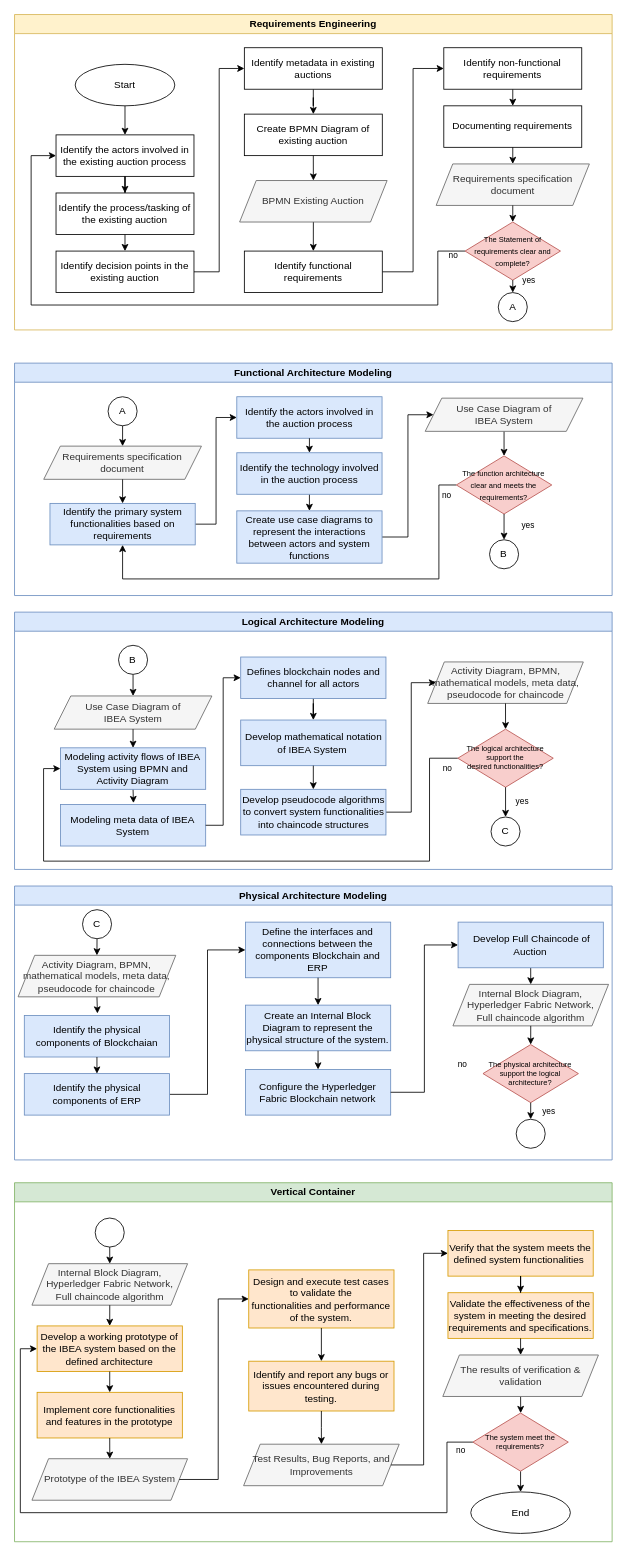
This is Method Final Theis.drawio from ariesharry/Diagrams, a draw.io file, before an edit. Source tidied: cells renumbered, new cells numbered last; positions are measured from the earlier drawing's top-left corner, leaving out a move shared by most shapes. Both pictures are drawn from the tidied source at 83%, with x=0, y=0 at pixel (14, 14).
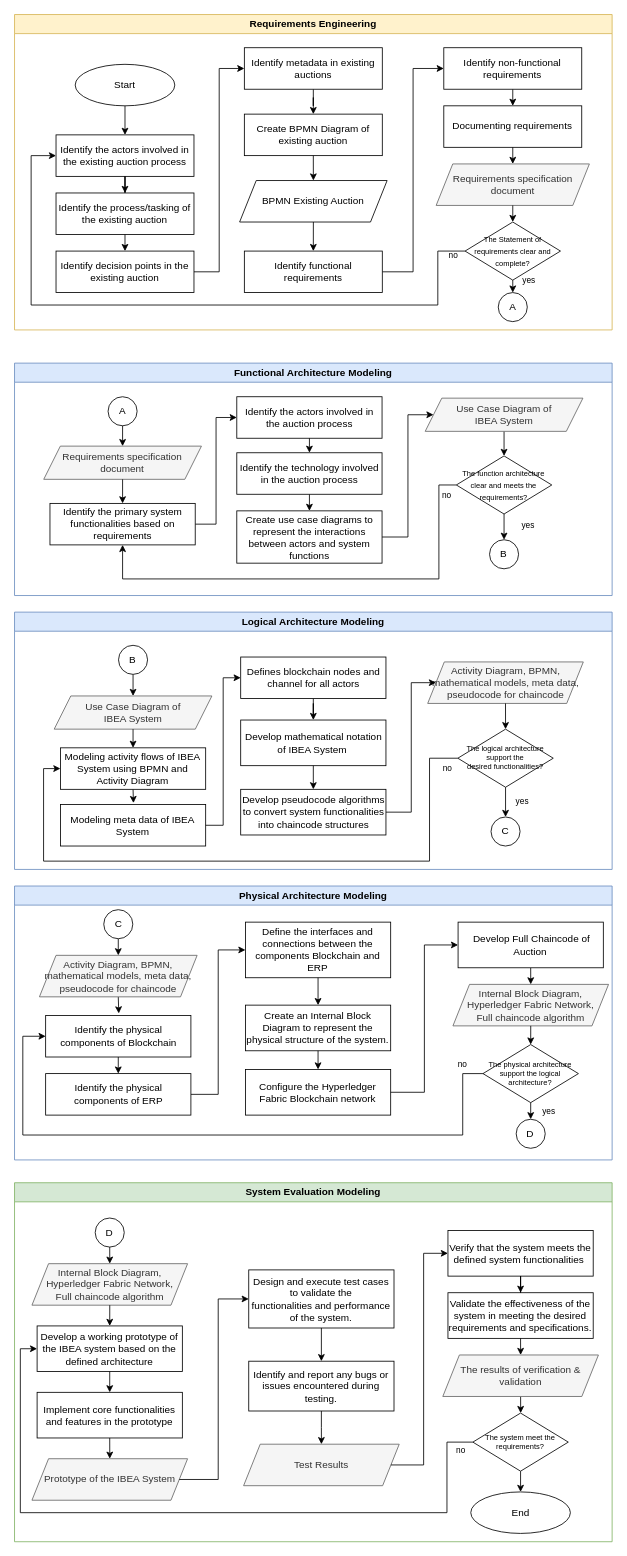
After the change.

Unchanged cells that the change refers to:
```xml
<mxCell id="2" value="Functional Architecture Modeling" style="swimlane;whiteSpace=wrap;html=1;fillColor=#dae8fc;strokeColor=#6c8ebf;" parent="1" vertex="1">
  <mxGeometry y="420" width="720" height="280" as="geometry" />
</mxCell>
<mxCell id="23" value="Requirements Engineering" style="swimlane;whiteSpace=wrap;html=1;fillColor=#fff2cc;strokeColor=#d6b656;" parent="1" vertex="1">
  <mxGeometry width="720" height="380" as="geometry" />
</mxCell>
<mxCell id="52" value="Logical Architecture Modeling" style="swimlane;whiteSpace=wrap;html=1;fillColor=#dae8fc;strokeColor=#6c8ebf;" parent="1" vertex="1">
  <mxGeometry y="720" width="720" height="310" as="geometry" />
</mxCell>
<mxCell id="75" value="Physical Architecture Modeling" style="swimlane;whiteSpace=wrap;html=1;fillColor=#dae8fc;strokeColor=#6c8ebf;" parent="1" vertex="1">
  <mxGeometry y="1050" width="720" height="330" as="geometry" />
</mxCell>
```

Diff of the diagram source:
```diff
@@
-    <mxCell id="4" value="Create use case diagrams to represent the interactions between actors and system functions" style="rounded=0;whiteSpace=wrap;html=1;fillColor=#dae8fc;strokeColor=#6c8ebf;" parent="2" vertex="1">
+    <mxCell id="4" value="Create use case diagrams to represent the interactions between actors and system functions" style="rounded=0;whiteSpace=wrap;html=1;" parent="2" vertex="1">
       <mxGeometry x="267.8" y="178" width="175" height="63" as="geometry" />
     </mxCell>
@@
-    <mxCell id="9" value="Identify the primary system functionalities based on requirements" style="rounded=0;whiteSpace=wrap;html=1;fillColor=#dae8fc;strokeColor=#6c8ebf;" parent="2" vertex="1">
+    <mxCell id="9" value="Identify the primary system functionalities based on requirements" style="rounded=0;whiteSpace=wrap;html=1;" parent="2" vertex="1">
       <mxGeometry x="42.7" y="169" width="175" height="50" as="geometry" />
     </mxCell>
@@
-    <mxCell id="12" value="&lt;font style=&quot;font-size: 9px;&quot;&gt;The function architecture&lt;br&gt;clear and meets the requirements?&lt;/font&gt;" style="rhombus;whiteSpace=wrap;html=1;fillColor=#f8cecc;strokeColor=#b85450;" parent="2" vertex="1">
+    <mxCell id="12" value="&lt;font style=&quot;font-size: 9px;&quot;&gt;The function architecture&lt;br&gt;clear and meets the requirements?&lt;/font&gt;" style="rhombus;whiteSpace=wrap;html=1;" parent="2" vertex="1">
       <mxGeometry x="532.3" y="111.8" width="115" height="70" as="geometry" />
     </mxCell>
@@
-    <mxCell id="15" value="&lt;font style=&quot;font-size: 10px;&quot;&gt;yes&lt;/font&gt;" style="text;html=1;strokeColor=none;fillColor=none;align=center;verticalAlign=middle;whiteSpace=wrap;rounded=0;" parent="2" vertex="1">
+    <mxCell id="15" value="&lt;font style=&quot;font-size: 10px;&quot;&gt;yes&lt;/font&gt;" style="text;html=1;align=center;verticalAlign=middle;whiteSpace=wrap;rounded=0;" parent="2" vertex="1">
       <mxGeometry x="607.3" y="185" width="23.5" height="20" as="geometry" />
     </mxCell>
-    <mxCell id="16" value="&lt;font style=&quot;font-size: 10px;&quot;&gt;no&lt;/font&gt;" style="text;html=1;strokeColor=none;fillColor=none;align=center;verticalAlign=middle;whiteSpace=wrap;rounded=0;" parent="2" vertex="1">
+    <mxCell id="16" value="&lt;font style=&quot;font-size: 10px;&quot;&gt;no&lt;/font&gt;" style="text;html=1;align=center;verticalAlign=middle;whiteSpace=wrap;rounded=0;" parent="2" vertex="1">
       <mxGeometry x="508.8" y="149" width="23.5" height="20" as="geometry" />
     </mxCell>
-    <mxCell id="17" value="Identify the actors involved in the auction process" style="rounded=0;whiteSpace=wrap;html=1;fillColor=#dae8fc;strokeColor=#6c8ebf;" parent="2" vertex="1">
+    <mxCell id="17" value="Identify the actors involved in the auction process" style="rounded=0;whiteSpace=wrap;html=1;" parent="2" vertex="1">
       <mxGeometry x="267.8" y="40.5" width="175" height="50" as="geometry" />
     </mxCell>
@@
-    <mxCell id="19" value="Identify the technology involved in the auction process" style="rounded=0;whiteSpace=wrap;html=1;fillColor=#dae8fc;strokeColor=#6c8ebf;" parent="2" vertex="1">
+    <mxCell id="19" value="Identify the technology involved in the auction process" style="rounded=0;whiteSpace=wrap;html=1;" parent="2" vertex="1">
       <mxGeometry x="267.8" y="108" width="175" height="50" as="geometry" />
     </mxCell>
@@
-    <mxCell id="28" value="&lt;div&gt;BPMN Existing Auction&lt;/div&gt;" style="shape=parallelogram;perimeter=parallelogramPerimeter;whiteSpace=wrap;html=1;fixedSize=1;fillColor=#f5f5f5;strokeColor=#666666;fontColor=#333333;" parent="23" vertex="1">
+    <mxCell id="28" value="&lt;div&gt;BPMN Existing Auction&lt;/div&gt;" style="shape=parallelogram;perimeter=parallelogramPerimeter;whiteSpace=wrap;html=1;fixedSize=1;" parent="23" vertex="1">
       <mxGeometry x="271.2" y="200" width="177.7" height="50" as="geometry" />
     </mxCell>
@@
-    <mxCell id="36" value="&lt;font style=&quot;font-size: 9px;&quot;&gt;The Statement of requirements clear and complete?&lt;/font&gt;" style="rhombus;whiteSpace=wrap;html=1;fillColor=#f8cecc;strokeColor=#b85450;" parent="23" vertex="1">
+    <mxCell id="36" value="&lt;font style=&quot;font-size: 9px;&quot;&gt;The Statement of requirements clear and complete?&lt;/font&gt;" style="rhombus;whiteSpace=wrap;html=1;" parent="23" vertex="1">
       <mxGeometry x="542.8" y="250" width="115" height="70" as="geometry" />
     </mxCell>
@@
-    <mxCell id="38" value="Requirements specification document" style="shape=parallelogram;perimeter=parallelogramPerimeter;whiteSpace=wrap;html=1;fixedSize=1;fillColor=#f5f5f5;strokeColor=#666666;fontColor=#333333;" parent="23" vertex="1">
+    <mxCell id="38" value="Requirements specification document" style="shape=parallelogram;perimeter=parallelogramPerimeter;whiteSpace=wrap;html=1;fixedSize=1;fillColor=#f5f5f5;fontColor=#333333;strokeColor=#666666;" parent="23" vertex="1">
       <mxGeometry x="508" y="180" width="184.6" height="50" as="geometry" />
     </mxCell>
@@
-    <mxCell id="41" value="&lt;font style=&quot;font-size: 10px;&quot;&gt;no&lt;/font&gt;" style="text;html=1;strokeColor=none;fillColor=none;align=center;verticalAlign=middle;whiteSpace=wrap;rounded=0;" parent="23" vertex="1">
+    <mxCell id="41" value="&lt;font style=&quot;font-size: 10px;&quot;&gt;no&lt;/font&gt;" style="text;html=1;align=center;verticalAlign=middle;whiteSpace=wrap;rounded=0;" parent="23" vertex="1">
       <mxGeometry x="517.2" y="280" width="23.5" height="20" as="geometry" />
     </mxCell>
-    <mxCell id="42" value="&lt;font style=&quot;font-size: 10px;&quot;&gt;yes&lt;/font&gt;" style="text;html=1;strokeColor=none;fillColor=none;align=center;verticalAlign=middle;whiteSpace=wrap;rounded=0;" parent="23" vertex="1">
+    <mxCell id="42" value="&lt;font style=&quot;font-size: 10px;&quot;&gt;yes&lt;/font&gt;" style="text;html=1;align=center;verticalAlign=middle;whiteSpace=wrap;rounded=0;" parent="23" vertex="1">
       <mxGeometry x="608" y="310" width="23.5" height="20" as="geometry" />
     </mxCell>
@@
-    <mxCell id="56" value="Modeling activity flows of IBEA System using BPMN and Activity Diagram" style="rounded=0;whiteSpace=wrap;html=1;fillColor=#dae8fc;strokeColor=#6c8ebf;" parent="52" vertex="1">
+    <mxCell id="56" value="Modeling activity flows of IBEA System using BPMN and Activity Diagram" style="rounded=0;whiteSpace=wrap;html=1;" parent="52" vertex="1">
       <mxGeometry x="55.3" y="163.5" width="175" height="50" as="geometry" />
     </mxCell>
@@
-    <mxCell id="58" value="Develop mathematical notation of IBEA System&amp;nbsp;" style="rounded=0;whiteSpace=wrap;html=1;fillColor=#dae8fc;strokeColor=#6c8ebf;" parent="52" vertex="1">
+    <mxCell id="58" value="Develop mathematical notation of IBEA System&amp;nbsp;" style="rounded=0;whiteSpace=wrap;html=1;" parent="52" vertex="1">
       <mxGeometry x="272.5" y="130" width="175" height="55" as="geometry" />
     </mxCell>
@@
-    <mxCell id="60" value="Develop pseudocode algorithms to convert system&amp;nbsp;functionalities into chaincode structures" style="rounded=0;whiteSpace=wrap;html=1;fillColor=#dae8fc;strokeColor=#6c8ebf;" parent="52" vertex="1">
+    <mxCell id="60" value="Develop pseudocode algorithms to convert system&amp;nbsp;functionalities into chaincode structures" style="rounded=0;whiteSpace=wrap;html=1;" parent="52" vertex="1">
       <mxGeometry x="272.5" y="213.5" width="175" height="55" as="geometry" />
     </mxCell>
@@
-    <mxCell id="63" value="The logical architecture support the desired&amp;nbsp;functionalities?" style="rhombus;whiteSpace=wrap;html=1;fillColor=#f8cecc;strokeColor=#b85450;fontSize=9;" parent="52" vertex="1">
+    <mxCell id="63" value="The logical architecture support the desired&amp;nbsp;functionalities?" style="rhombus;whiteSpace=wrap;html=1;fontSize=9;" parent="52" vertex="1">
       <mxGeometry x="534.1" y="141" width="115" height="70" as="geometry" />
     </mxCell>
@@
-    <mxCell id="65" value="&lt;font style=&quot;font-size: 10px;&quot;&gt;yes&lt;/font&gt;" style="text;html=1;strokeColor=none;fillColor=none;align=center;verticalAlign=middle;whiteSpace=wrap;rounded=0;" parent="52" vertex="1">
+    <mxCell id="65" value="&lt;font style=&quot;font-size: 10px;&quot;&gt;yes&lt;/font&gt;" style="text;html=1;align=center;verticalAlign=middle;whiteSpace=wrap;rounded=0;" parent="52" vertex="1">
       <mxGeometry x="600" y="218.4" width="23.5" height="20" as="geometry" />
     </mxCell>
-    <mxCell id="66" value="&lt;font style=&quot;font-size: 10px;&quot;&gt;no&lt;/font&gt;" style="text;html=1;strokeColor=none;fillColor=none;align=center;verticalAlign=middle;whiteSpace=wrap;rounded=0;" parent="52" vertex="1">
+    <mxCell id="66" value="&lt;font style=&quot;font-size: 10px;&quot;&gt;no&lt;/font&gt;" style="text;html=1;align=center;verticalAlign=middle;whiteSpace=wrap;rounded=0;" parent="52" vertex="1">
       <mxGeometry x="510" y="177.6" width="23.5" height="20" as="geometry" />
     </mxCell>
-    <mxCell id="67" value="Modeling meta data of IBEA System" style="rounded=0;whiteSpace=wrap;html=1;fillColor=#dae8fc;strokeColor=#6c8ebf;" parent="52" vertex="1">
+    <mxCell id="67" value="Modeling meta data of IBEA System" style="rounded=0;whiteSpace=wrap;html=1;" parent="52" vertex="1">
       <mxGeometry x="55.3" y="231.8" width="175" height="50" as="geometry" />
     </mxCell>
@@
-    <mxCell id="69" value="Defines blockchain nodes and channel for all actors" style="rounded=0;whiteSpace=wrap;html=1;fillColor=#dae8fc;strokeColor=#6c8ebf;" parent="52" vertex="1">
+    <mxCell id="69" value="Defines blockchain nodes and channel for all actors" style="rounded=0;whiteSpace=wrap;html=1;" parent="52" vertex="1">
       <mxGeometry x="272.5" y="54.1" width="175" height="50" as="geometry" />
     </mxCell>
@@
     <mxCell id="77" style="edgeStyle=orthogonalEdgeStyle;rounded=0;jettySize=auto;html=1;exitX=0.5;exitY=1;exitDx=0;exitDy=0;" parent="75" edge="1" source="78">
       <mxGeometry relative="1" as="geometry">
-        <mxPoint x="99.9" y="153.5" as="targetPoint" />
+        <mxPoint x="125.6" y="153.5" as="targetPoint" />
       </mxGeometry>
     </mxCell>
     <mxCell id="78" value="Activity Diagram, BPMN, mathematical models, meta data,&lt;br style=&quot;border-color: var(--border-color);&quot;&gt;pseudocode for chaincode" style="shape=parallelogram;perimeter=parallelogramPerimeter;whiteSpace=wrap;html=1;fixedSize=1;fillColor=#f5f5f5;fontColor=#333333;strokeColor=#666666;" parent="75" vertex="1">
-      <mxGeometry x="4.3" y="83.5" width="190" height="50" as="geometry" />
+      <mxGeometry x="30" y="83.5" width="190" height="50" as="geometry" />
     </mxCell>
-    <mxCell id="79" value="Identify the physical components of Blockchaian" style="rounded=0;whiteSpace=wrap;html=1;fillColor=#dae8fc;strokeColor=#6c8ebf;" parent="75" vertex="1">
-      <mxGeometry x="11.8" y="156" width="175" height="50" as="geometry" />
+    <mxCell id="79" value="Identify the physical components of Blockchain" style="rounded=0;whiteSpace=wrap;html=1;" parent="75" vertex="1">
+      <mxGeometry x="37.5" y="156" width="175" height="50" as="geometry" />
     </mxCell>
-    <mxCell id="80" value="Define the interfaces and connections between the components Blockchain and ERP" style="rounded=0;whiteSpace=wrap;html=1;fillColor=#dae8fc;strokeColor=#6c8ebf;" parent="75" vertex="1">
+    <mxCell id="80" value="Define the interfaces and connections between the components Blockchain and ERP" style="rounded=0;whiteSpace=wrap;html=1;" parent="75" vertex="1">
       <mxGeometry x="278.2" y="43.5" width="175" height="67" as="geometry" />
     </mxCell>
-    <mxCell id="81" value="Create an Internal Block Diagram to represent the physical structure of the system." style="rounded=0;whiteSpace=wrap;html=1;fillColor=#dae8fc;strokeColor=#6c8ebf;" parent="75" vertex="1">
+    <mxCell id="81" value="Create an Internal Block Diagram to represent the physical structure of the system." style="rounded=0;whiteSpace=wrap;html=1;" parent="75" vertex="1">
       <mxGeometry x="278.2" y="143.5" width="175" height="55" as="geometry" />
     </mxCell>
@@
+    <mxCell id="130" style="edgeStyle=orthogonalEdgeStyle;rounded=0;jettySize=auto;html=1;exitX=0;exitY=0.5;exitDx=0;exitDy=0;entryX=0;entryY=0.5;entryDx=0;entryDy=0;" parent="75" edge="1" source="83" target="79">
+      <mxGeometry relative="1" as="geometry">
+        <Array as="points">
+          <mxPoint x="540" y="226" />
+          <mxPoint x="540" y="300" />
+          <mxPoint x="10" y="300" />
+          <mxPoint x="10" y="181" />
+        </Array>
+      </mxGeometry>
+    </mxCell>
-    <mxCell id="83" value="The physical architecture support the logical architecture?" style="rhombus;whiteSpace=wrap;html=1;fillColor=#f8cecc;strokeColor=#b85450;fontSize=9;" parent="75" vertex="1">
+    <mxCell id="83" value="The physical architecture support the logical architecture?" style="rhombus;whiteSpace=wrap;html=1;fontSize=9;" parent="75" vertex="1">
       <mxGeometry x="564.4" y="191" width="115" height="70" as="geometry" />
     </mxCell>
@@
-    <mxCell id="85" value="Configure the Hyperledger Fabric Blockchain network" style="rounded=0;whiteSpace=wrap;html=1;fillColor=#dae8fc;strokeColor=#6c8ebf;" parent="75" vertex="1">
+    <mxCell id="85" value="Configure the Hyperledger Fabric Blockchain network" style="rounded=0;whiteSpace=wrap;html=1;" parent="75" vertex="1">
       <mxGeometry x="278.2" y="221" width="175" height="55" as="geometry" />
     </mxCell>
@@
-    <mxCell id="87" style="ellipse;whiteSpace=wrap;html=1;" parent="75" vertex="1">
+    <mxCell id="87" value="D" style="ellipse;whiteSpace=wrap;html=1;" parent="75" vertex="1">
       <mxGeometry x="604.4" y="281" width="35" height="35" as="geometry" />
     </mxCell>
@@
-    <mxCell id="89" value="&lt;font style=&quot;font-size: 10px;&quot;&gt;yes&lt;/font&gt;" style="text;html=1;strokeColor=none;fillColor=none;align=center;verticalAlign=middle;whiteSpace=wrap;rounded=0;" parent="75" vertex="1">
+    <mxCell id="89" value="&lt;font style=&quot;font-size: 10px;&quot;&gt;yes&lt;/font&gt;" style="text;html=1;align=center;verticalAlign=middle;whiteSpace=wrap;rounded=0;" parent="75" vertex="1">
       <mxGeometry x="631.8" y="261" width="23.5" height="20" as="geometry" />
     </mxCell>
-    <mxCell id="90" value="&lt;font style=&quot;font-size: 10px;&quot;&gt;no&lt;/font&gt;" style="text;html=1;strokeColor=none;fillColor=none;align=center;verticalAlign=middle;whiteSpace=wrap;rounded=0;" parent="75" vertex="1">
+    <mxCell id="90" value="&lt;font style=&quot;font-size: 10px;&quot;&gt;no&lt;/font&gt;" style="text;html=1;align=center;verticalAlign=middle;whiteSpace=wrap;rounded=0;" parent="75" vertex="1">
       <mxGeometry x="528.2" y="204" width="23.5" height="20" as="geometry" />
     </mxCell>
@@
     <mxCell id="92" value="C" style="ellipse;whiteSpace=wrap;html=1;" parent="75" vertex="1">
-      <mxGeometry x="81.9" y="28.5" width="35" height="35" as="geometry" />
+      <mxGeometry x="107.5" y="28.5" width="35" height="35" as="geometry" />
     </mxCell>
@@
-    <mxCell id="94" value="Identify the physical components of ERP" style="rounded=0;whiteSpace=wrap;html=1;fillColor=#dae8fc;strokeColor=#6c8ebf;" parent="75" vertex="1">
-      <mxGeometry x="11.8" y="226" width="175" height="50" as="geometry" />
+    <mxCell id="94" value="Identify the physical components of ERP" style="rounded=0;whiteSpace=wrap;html=1;" parent="75" vertex="1">
+      <mxGeometry x="37.5" y="226" width="175" height="50" as="geometry" />
     </mxCell>
@@
-    <mxCell id="97" value="&amp;nbsp;Develop Full Chaincode of Auction" style="rounded=0;whiteSpace=wrap;html=1;fillColor=#dae8fc;strokeColor=#6c8ebf;" parent="75" vertex="1">
+    <mxCell id="97" value="&amp;nbsp;Develop Full Chaincode of Auction" style="rounded=0;whiteSpace=wrap;html=1;" parent="75" vertex="1">
       <mxGeometry x="534.4" y="43.5" width="175" height="55" as="geometry" />
     </mxCell>
@@
-    <mxCell id="99" value="Vertical Container" style="swimlane;whiteSpace=wrap;html=1;fillColor=#d5e8d4;strokeColor=#82b366;" parent="1" vertex="1">
+    <mxCell id="99" value="System Evaluation Modeling" style="swimlane;whiteSpace=wrap;html=1;fillColor=#d5e8d4;strokeColor=#82b366;" parent="1" vertex="1">
       <mxGeometry y="1407.5" width="720" height="432.5" as="geometry" />
     </mxCell>
@@
-    <mxCell id="106" style="ellipse;whiteSpace=wrap;html=1;" parent="99" vertex="1">
+    <mxCell id="106" value="D" style="ellipse;whiteSpace=wrap;html=1;" parent="99" vertex="1">
       <mxGeometry x="97.2" y="42.5" width="35" height="35" as="geometry" />
     </mxCell>
-    <mxCell id="107" value="Develop a working prototype of the IBEA system based on the defined architecture" style="rounded=0;whiteSpace=wrap;html=1;fillColor=#ffe6cc;strokeColor=#d79b00;" parent="99" vertex="1">
+    <mxCell id="107" value="Develop a working prototype of the IBEA system based on the defined architecture" style="rounded=0;whiteSpace=wrap;html=1;" parent="99" vertex="1">
       <mxGeometry x="27.2" y="172.5" width="175" height="55" as="geometry" />
     </mxCell>
@@
-    <mxCell id="109" value="Implement core functionalities and features in the prototype" style="rounded=0;whiteSpace=wrap;html=1;fillColor=#ffe6cc;strokeColor=#d79b00;" parent="99" vertex="1">
+    <mxCell id="109" value="Implement core functionalities and features in the prototype" style="rounded=0;whiteSpace=wrap;html=1;" parent="99" vertex="1">
       <mxGeometry x="27.2" y="252.5" width="175" height="55" as="geometry" />
     </mxCell>
@@
-    <mxCell id="113" value="Design and execute test cases to validate the functionalities&amp;nbsp;and performance of the system." style="rounded=0;whiteSpace=wrap;html=1;fillColor=#ffe6cc;strokeColor=#d79b00;" parent="99" vertex="1">
+    <mxCell id="113" value="Design and execute test cases to validate the functionalities&amp;nbsp;and performance of the system." style="rounded=0;whiteSpace=wrap;html=1;" parent="99" vertex="1">
       <mxGeometry x="282.2" y="105" width="175" height="70" as="geometry" />
     </mxCell>
@@
-    <mxCell id="115" value="Test Results, Bug Reports, and Improvements" style="shape=parallelogram;perimeter=parallelogramPerimeter;whiteSpace=wrap;html=1;fixedSize=1;fillColor=#f5f5f5;fontColor=#333333;strokeColor=#666666;" parent="99" vertex="1">
+    <mxCell id="115" value="Test Results" style="shape=parallelogram;perimeter=parallelogramPerimeter;whiteSpace=wrap;html=1;fixedSize=1;fillColor=#f5f5f5;fontColor=#333333;strokeColor=#666666;" parent="99" vertex="1">
       <mxGeometry x="276" y="315" width="187.5" height="50" as="geometry" />
     </mxCell>
-    <mxCell id="116" value="Verify that the system meets the defined system functionalities&amp;nbsp;" style="rounded=0;whiteSpace=wrap;html=1;fillColor=#ffe6cc;strokeColor=#d79b00;" parent="99" vertex="1">
+    <mxCell id="116" value="Verify that the system meets the defined system functionalities&amp;nbsp;" style="rounded=0;whiteSpace=wrap;html=1;" parent="99" vertex="1">
       <mxGeometry x="522.2" y="57.5" width="175" height="55" as="geometry" />
     </mxCell>
@@
-    <mxCell id="118" value="Validate the effectiveness of the system in meeting the desired requirements and specifications." style="rounded=0;whiteSpace=wrap;html=1;fillColor=#ffe6cc;strokeColor=#d79b00;" parent="99" vertex="1">
+    <mxCell id="118" value="Validate the effectiveness of the system in meeting the desired requirements and specifications." style="rounded=0;whiteSpace=wrap;html=1;" parent="99" vertex="1">
       <mxGeometry x="522.2" y="132.5" width="175" height="55" as="geometry" />
     </mxCell>
@@
-    <mxCell id="121" value="The system meet the requirements?" style="rhombus;whiteSpace=wrap;html=1;fillColor=#f8cecc;strokeColor=#b85450;fontSize=9;" parent="99" vertex="1">
+    <mxCell id="121" value="The system meet the requirements?" style="rhombus;whiteSpace=wrap;html=1;fontSize=9;" parent="99" vertex="1">
       <mxGeometry x="552.2" y="277.5" width="115" height="70" as="geometry" />
     </mxCell>
@@
-    <mxCell id="126" value="Identify and report any bugs or issues encountered during testing." style="rounded=0;whiteSpace=wrap;html=1;fillColor=#ffe6cc;strokeColor=#d79b00;" parent="99" vertex="1">
+    <mxCell id="126" value="Identify and report any bugs or issues encountered during testing." style="rounded=0;whiteSpace=wrap;html=1;" parent="99" vertex="1">
       <mxGeometry x="282.2" y="215" width="175" height="60" as="geometry" />
     </mxCell>
@@
-    <mxCell id="129" value="&lt;font style=&quot;font-size: 10px;&quot;&gt;no&lt;/font&gt;" style="text;html=1;strokeColor=none;fillColor=none;align=center;verticalAlign=middle;whiteSpace=wrap;rounded=0;" parent="99" vertex="1">
+    <mxCell id="129" value="&lt;font style=&quot;font-size: 10px;&quot;&gt;no&lt;/font&gt;" style="text;html=1;align=center;verticalAlign=middle;whiteSpace=wrap;rounded=0;" parent="99" vertex="1">
       <mxGeometry x="526.2" y="312.5" width="23.5" height="20" as="geometry" />
     </mxCell>
```
